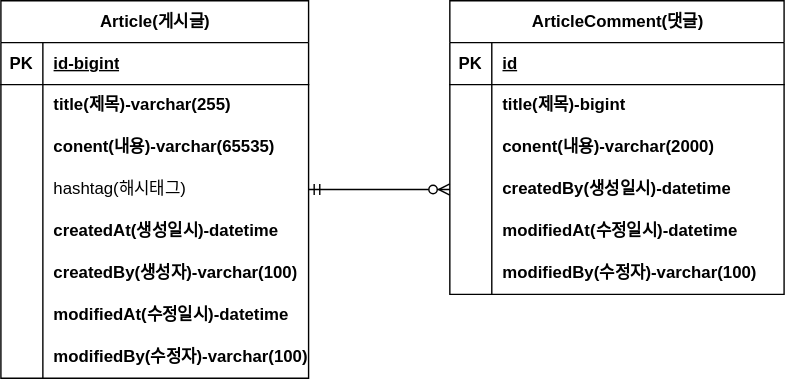
The draw.io diagram document/project-board-erd.svg in eunyoung329/fastcampus-project-boardnew, before a commit. Source tidied: cells renumbered, new cells last; positions are measured from the earlier drawing's top-left corner, leaving out a move shared by most shapes.
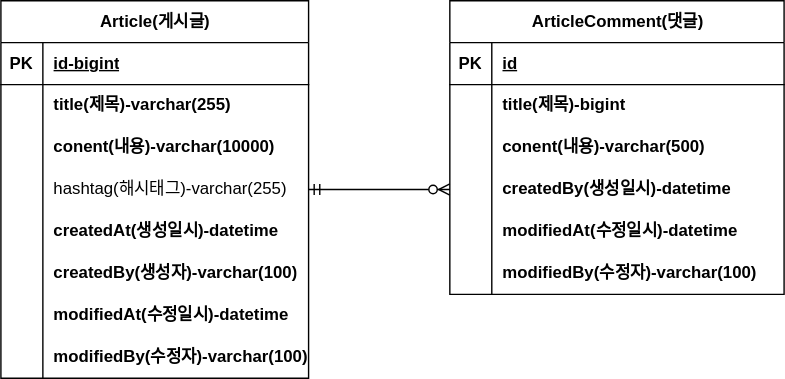
After the commit.

Commit message:
#12-erd 업데이트-content 사이즈 변경

What changed in the source:
```diff
@@ -29,7 +29,7 @@
     <mxCell id="10" style="shape=partialRectangle;fillColor=none;top=0;left=0;bottom=0;right=0;overflow=hidden;whiteSpace=wrap;html=1;" parent="9" vertex="1">
       <mxGeometry width="30" height="30" as="geometry" />
     </mxCell>
-    <mxCell id="11" value="conent(내용)-varchar(65535)" style="shape=partialRectangle;fillColor=none;top=0;left=0;bottom=0;right=0;align=left;spacingLeft=6;overflow=hidden;whiteSpace=wrap;html=1;fontStyle=1;" parent="9" vertex="1">
+    <mxCell id="11" value="conent(내용)-varchar(10000)" style="shape=partialRectangle;fillColor=none;top=0;left=0;bottom=0;right=0;align=left;spacingLeft=6;overflow=hidden;whiteSpace=wrap;html=1;fontStyle=1;" parent="9" vertex="1">
       <mxGeometry x="30" width="190" height="30" as="geometry" />
     </mxCell>
     <mxCell id="12" style="shape=tableRow;horizontal=0;startSize=0;swimlaneHead=0;swimlaneBody=0;fillColor=none;points=[[0,0.5],[1,0.5]];portConstraint=eastwest;top=0;left=0;right=0;bottom=0;" parent="2" vertex="1">
@@ -38,7 +38,7 @@
     <mxCell id="13" style="shape=partialRectangle;fillColor=none;top=0;left=0;bottom=0;right=0;overflow=hidden;whiteSpace=wrap;html=1;" parent="12" vertex="1">
       <mxGeometry width="30" height="30" as="geometry" />
     </mxCell>
-    <mxCell id="14" value="hashtag(해시태그)" style="shape=partialRectangle;fillColor=none;top=0;left=0;bottom=0;right=0;align=left;spacingLeft=6;overflow=hidden;whiteSpace=wrap;html=1;" parent="12" vertex="1">
+    <mxCell id="14" value="hashtag(해시태그)-varchar(255)" style="shape=partialRectangle;fillColor=none;top=0;left=0;bottom=0;right=0;align=left;spacingLeft=6;overflow=hidden;whiteSpace=wrap;html=1;" parent="12" vertex="1">
       <mxGeometry x="30" width="190" height="30" as="geometry" />
     </mxCell>
     <mxCell id="15" style="shape=tableRow;horizontal=0;startSize=0;swimlaneHead=0;swimlaneBody=0;fillColor=none;top=0;left=0;right=0;bottom=0;" parent="2" vertex="1">
@@ -104,7 +104,7 @@
     <mxCell id="35" style="shape=partialRectangle;fillColor=none;top=0;left=0;bottom=0;right=0;overflow=hidden;whiteSpace=wrap;html=1;" parent="34" vertex="1">
       <mxGeometry width="30" height="30" as="geometry" />
     </mxCell>
-    <mxCell id="36" value="conent(내용)-varchar(2000)" style="shape=partialRectangle;fillColor=none;top=0;left=0;bottom=0;right=0;align=left;spacingLeft=6;overflow=hidden;whiteSpace=wrap;html=1;fontStyle=1;" parent="34" vertex="1">
+    <mxCell id="36" value="conent(내용)-varchar(500)" style="shape=partialRectangle;fillColor=none;top=0;left=0;bottom=0;right=0;align=left;spacingLeft=6;overflow=hidden;whiteSpace=wrap;html=1;fontStyle=1;" parent="34" vertex="1">
       <mxGeometry x="30" width="209" height="30" as="geometry" />
     </mxCell>
     <mxCell id="37" style="shape=tableRow;horizontal=0;startSize=0;swimlaneHead=0;swimlaneBody=0;fillColor=none;points=[[0,0.5],[1,0.5]];portConstraint=eastwest;top=0;left=0;right=0;bottom=0;" parent="27" vertex="1">
```
